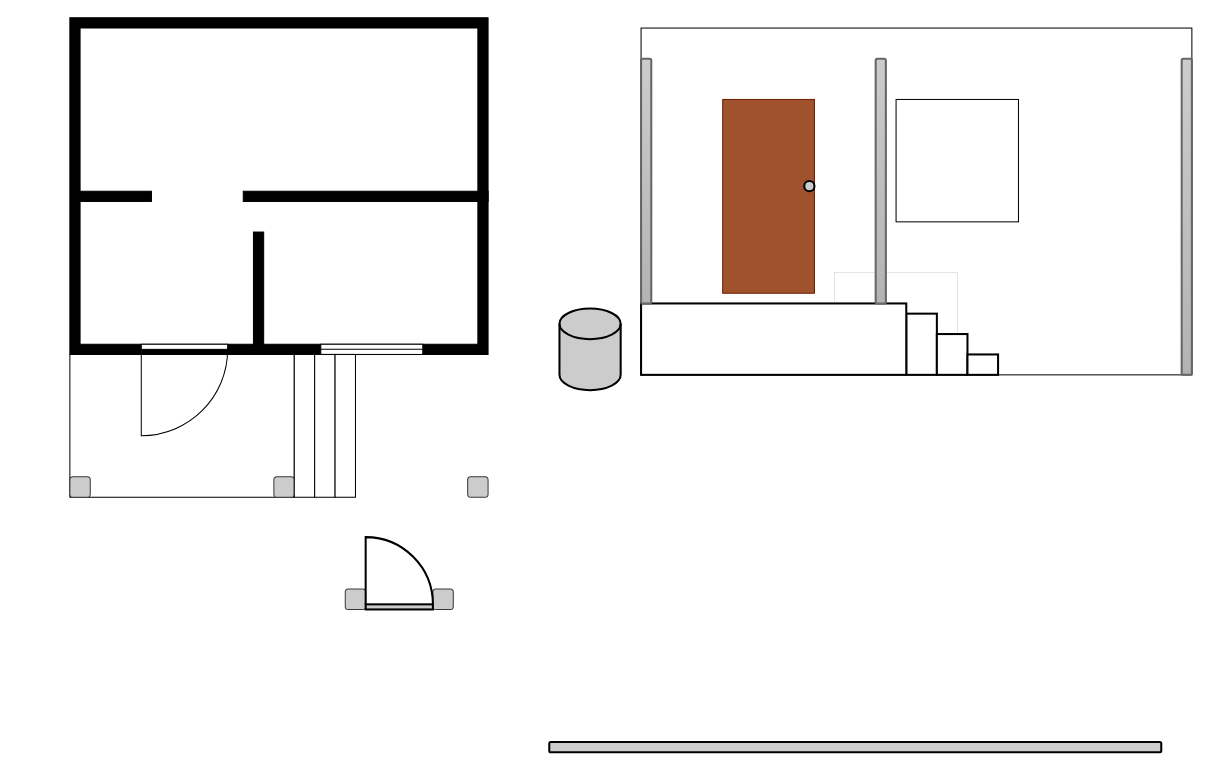
Earlier version of the draw.io diagram Untitled Diagram.drawio (dimas-lex/autostop). Source tidied: cells renumbered, new cells numbered last; positions are measured from the earlier drawing's top-left corner, leaving out a move shared by most shapes. Both pictures are drawn from the tidied source at 102%, with x=0, y=0 at pixel (69, 17).
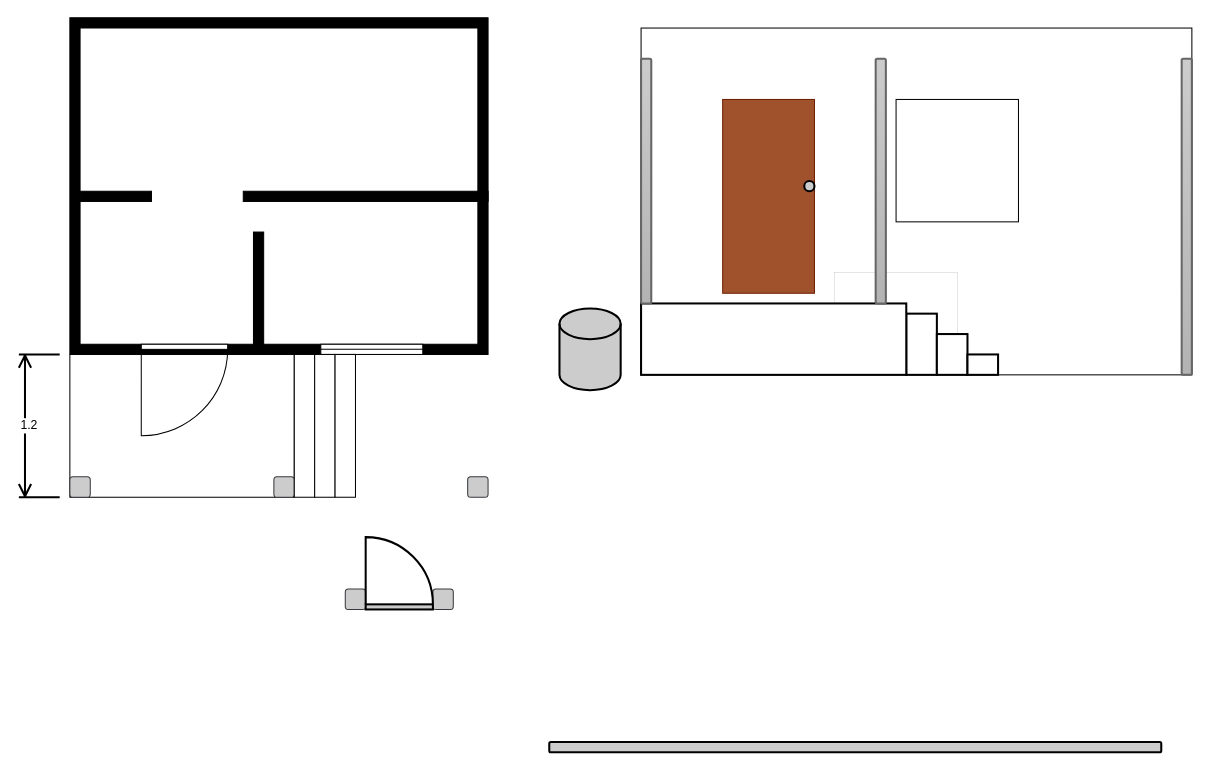
The same page after the edit.

Change to the diagram source:
```diff
@@
+    <mxCell id="32" value="1.2" style="shape=dimension;direction=south;whiteSpace=wrap;html=1;align=left;verticalAlign=middle;labelBackgroundColor=#ffffff;strokeWidth=2;fillColor=#ccc;" parent="1" vertex="1">
+      <mxGeometry x="-50" y="330" width="40" height="140" as="geometry" />
+    </mxCell>
```
